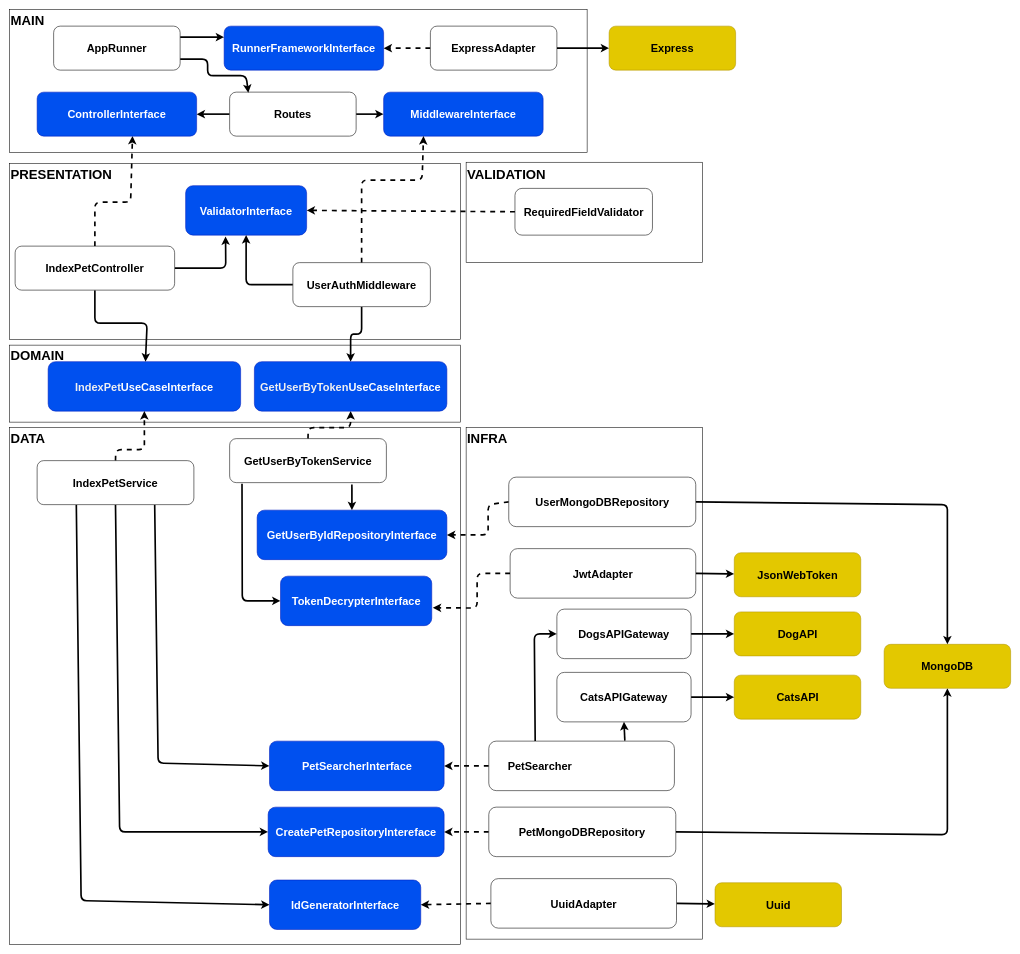
DouglasVolcato/pet-adoption-backend keeps this draw.io diagram as diagrams/drawio/index-pet.drawio. Above is the earlier version. Source tidied: cells renumbered, new cells numbered last; positions are measured from the earlier drawing's top-left corner, leaving out a move shared by most shapes. Both pictures are drawn from the tidied source at 55%, with x=0, y=0 at pixel (9, 9).
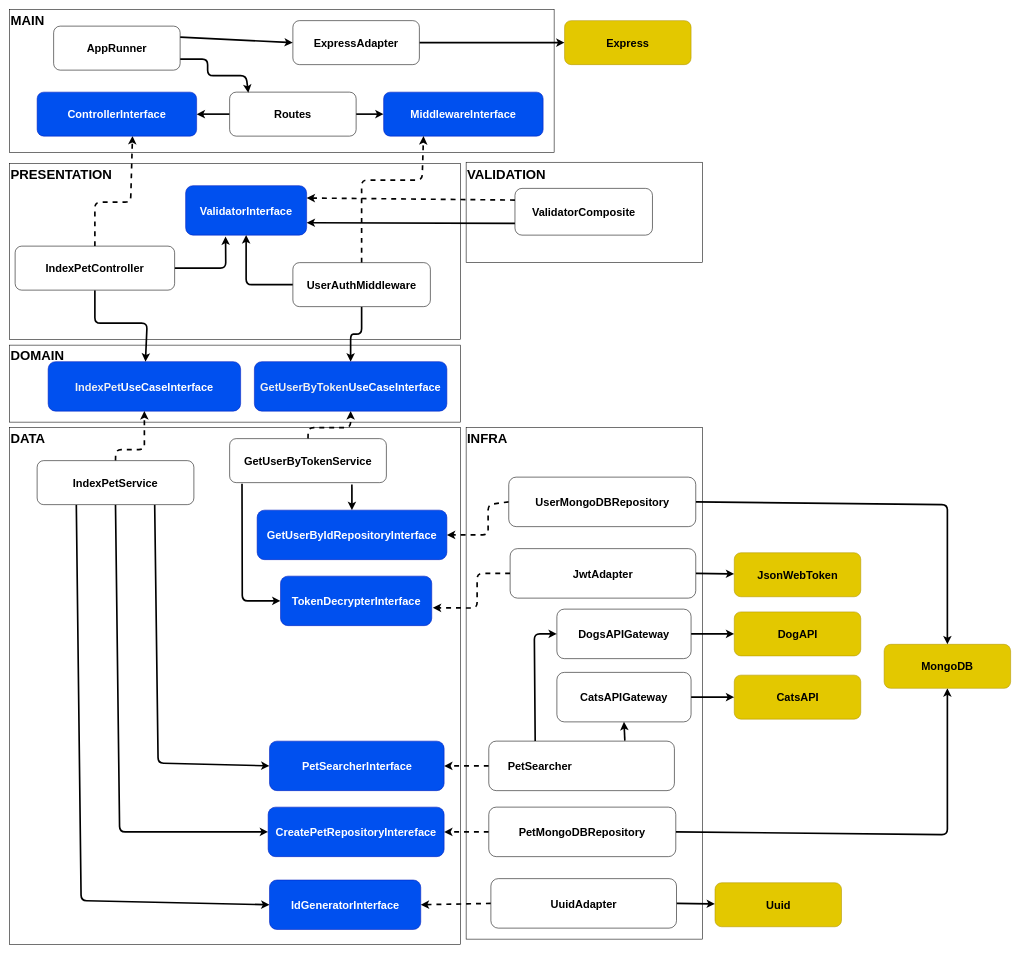
Above is the later version.

Unchanged cells that the change refers to:
```xml
<mxCell id="24" value="AppRunner" style="rounded=1;whiteSpace=wrap;html=1;fontSize=20;fontStyle=1;" parent="1" vertex="1">
  <mxGeometry x="80" y="30" width="230" height="80" as="geometry" />
</mxCell>
<mxCell id="44" value="ValidatorInterface" style="rounded=1;whiteSpace=wrap;html=1;fillColor=#0050ef;fontColor=#ffffff;strokeColor=#001DBC;fontSize=20;fontStyle=1;" parent="1" vertex="1">
  <mxGeometry x="320" y="320" width="220" height="90" as="geometry" />
</mxCell>
```

Change to the diagram source:
```diff
@@
     <mxCell id="7" style="rounded=0;whiteSpace=wrap;html=1;fontSize=20;fontStyle=1;" parent="1" vertex="1">
-      <mxGeometry width="1050" height="260" as="geometry" />
+      <mxGeometry width="990" height="260" as="geometry" />
     </mxCell>
@@
-    <mxCell id="22" style="edgeStyle=none;html=1;exitX=1;exitY=0.25;exitDx=0;exitDy=0;entryX=0;entryY=0.25;entryDx=0;entryDy=0;strokeWidth=3;fontSize=20;fontStyle=1;" parent="1" edge="1" source="24" target="25">
+    <mxCell id="22" style="edgeStyle=none;html=1;exitX=1;exitY=0.25;exitDx=0;exitDy=0;entryX=0;entryY=0.5;entryDx=0;entryDy=0;strokeWidth=3;fontSize=20;fontStyle=1;" parent="1" edge="1" source="24" target="28">
       <mxGeometry relative="1" as="geometry" />
     </mxCell>
@@
-    <mxCell id="25" value="RunnerFrameworkInterface" style="rounded=1;whiteSpace=wrap;html=1;fontSize=20;fillColor=#0050ef;fontColor=#ffffff;strokeColor=#001DBC;fontStyle=1;" parent="1" vertex="1">
-      <mxGeometry x="390" y="30" width="290" height="80" as="geometry" />
-    </mxCell>
@@
-    <mxCell id="27" style="edgeStyle=none;html=1;exitX=0;exitY=0.5;exitDx=0;exitDy=0;entryX=1;entryY=0.5;entryDx=0;entryDy=0;dashed=1;strokeWidth=3;fontSize=20;" parent="1" edge="1" source="28" target="25">
-      <mxGeometry relative="1" as="geometry" />
-    </mxCell>
     <mxCell id="28" value="ExpressAdapter" style="rounded=1;whiteSpace=wrap;html=1;fontSize=20;fontStyle=1;" parent="1" vertex="1">
-      <mxGeometry x="765" y="30" width="230" height="80" as="geometry" />
+      <mxGeometry x="515" y="20" width="230" height="80" as="geometry" />
     </mxCell>
     <mxCell id="29" value="Express" style="rounded=1;whiteSpace=wrap;html=1;fontSize=20;fillColor=#e3c800;fontColor=#000000;strokeColor=#B09500;fontStyle=1;" parent="1" vertex="1">
-      <mxGeometry x="1090" y="30" width="230" height="80" as="geometry" />
+      <mxGeometry x="1009" y="20" width="230" height="80" as="geometry" />
     </mxCell>
@@
-    <mxCell id="45" style="edgeStyle=none;html=1;exitX=0;exitY=0.5;exitDx=0;exitDy=0;entryX=1;entryY=0.5;entryDx=0;entryDy=0;strokeWidth=3;dashed=1;" parent="1" edge="1" source="46" target="44">
+    <mxCell id="45" style="edgeStyle=none;html=1;exitX=0;exitY=0.25;exitDx=0;exitDy=0;entryX=1;entryY=0.25;entryDx=0;entryDy=0;strokeWidth=3;dashed=1;" parent="1" edge="1" source="46" target="44">
       <mxGeometry relative="1" as="geometry" />
     </mxCell>
+    <mxCell id="79" style="edgeStyle=none;html=1;exitX=0;exitY=0.75;exitDx=0;exitDy=0;entryX=1;entryY=0.75;entryDx=0;entryDy=0;strokeWidth=3;" parent="1" edge="1" source="46" target="44">
+      <mxGeometry relative="1" as="geometry" />
+    </mxCell>
-    <mxCell id="46" value="RequiredFieldValidator" style="rounded=1;whiteSpace=wrap;html=1;fontSize=20;fontStyle=1;" parent="1" vertex="1">
+    <mxCell id="46" value="ValidatorComposite" style="rounded=1;whiteSpace=wrap;html=1;fontSize=20;fontStyle=1;" parent="1" vertex="1">
       <mxGeometry x="918.8" y="325" width="250" height="85" as="geometry" />
     </mxCell>
```
